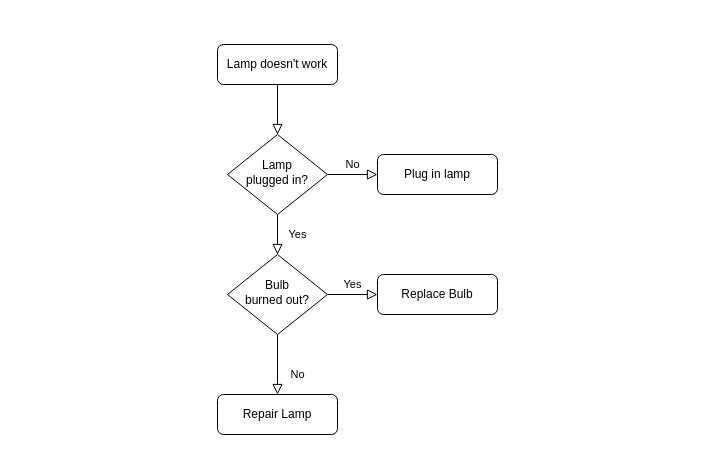
Before: SCHC program structure.drawio in MichaelLeighton/SCHC-assignment, a draw.io diagram. Source tidied: cells renumbered, new cells numbered last; positions are measured from the earlier drawing's top-left corner, leaving out a move shared by most shapes. Both pictures are drawn from the tidied source at 100%, with x=0, y=0 at pixel (217, 44).
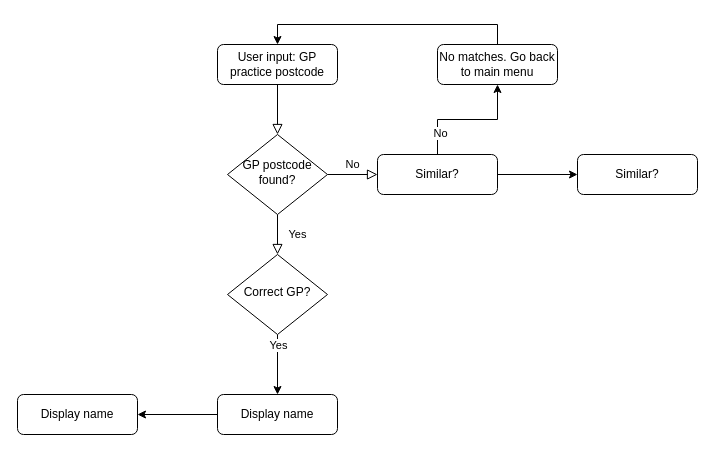
The same diagram, later.

The edit, as a diff of the source:
```diff
@@
-    <mxCell id="3" value="Lamp doesn't work" style="rounded=1;whiteSpace=wrap;html=1;fontSize=12;glass=0;strokeWidth=1;shadow=0;" parent="1" vertex="1">
+    <mxCell id="3" value="User input: GP practice postcode" style="rounded=1;whiteSpace=wrap;html=1;fontSize=12;glass=0;strokeWidth=1;shadow=0;" parent="1" vertex="1">
       <mxGeometry width="120" height="40" as="geometry" />
     </mxCell>
@@
     <mxCell id="5" value="No" style="edgeStyle=orthogonalEdgeStyle;rounded=0;html=1;jettySize=auto;fontSize=11;endArrow=block;endFill=0;endSize=8;strokeWidth=1;shadow=0;labelBackgroundColor=none;" parent="1" edge="1" source="6" target="7">
-      <mxGeometry y="10" relative="1" as="geometry" />
+      <mxGeometry x="-0.01" y="10" relative="1" as="geometry" />
     </mxCell>
-    <mxCell id="6" value="Lamp&lt;br&gt;plugged in?" style="rhombus;whiteSpace=wrap;html=1;shadow=0;fontFamily=Helvetica;fontSize=12;align=center;strokeWidth=1;spacing=6;spacingTop=-4;" parent="1" vertex="1">
+    <mxCell id="6" value="GP postcode found?" style="rhombus;whiteSpace=wrap;html=1;shadow=0;fontFamily=Helvetica;fontSize=12;align=center;strokeWidth=1;spacing=6;spacingTop=-4;" parent="1" vertex="1">
       <mxGeometry x="10" y="90" width="100" height="80" as="geometry" />
     </mxCell>
+    <mxCell id="13" style="edgeStyle=orthogonalEdgeStyle;rounded=0;jettySize=auto;html=1;" parent="1" edge="1" source="7" target="18">
+      <mxGeometry relative="1" as="geometry" />
+    </mxCell>
+    <mxCell id="8" value="No" style="edgeLabel;html=1;align=center;verticalAlign=middle;" parent="13" vertex="1">
+      <mxGeometry x="-0.66" y="-2" relative="1" as="geometry" />
+    </mxCell>
+    <mxCell id="14" style="edgeStyle=orthogonalEdgeStyle;rounded=0;jettySize=auto;html=1;" parent="1" edge="1" source="7" target="19">
+      <mxGeometry relative="1" as="geometry" />
+    </mxCell>
-    <mxCell id="7" value="Plug in lamp" style="rounded=1;whiteSpace=wrap;html=1;fontSize=12;glass=0;strokeWidth=1;shadow=0;" parent="1" vertex="1">
+    <mxCell id="7" value="Similar?" style="rounded=1;whiteSpace=wrap;html=1;fontSize=12;glass=0;strokeWidth=1;shadow=0;" parent="1" vertex="1">
       <mxGeometry x="160" y="110" width="120" height="40" as="geometry" />
     </mxCell>
-    <mxCell id="8" value="No" style="rounded=0;html=1;jettySize=auto;fontSize=11;endArrow=block;endFill=0;endSize=8;strokeWidth=1;shadow=0;labelBackgroundColor=none;edgeStyle=orthogonalEdgeStyle;" parent="1" edge="1" source="10" target="11">
-      <mxGeometry x="0.33" y="20" relative="1" as="geometry" />
-    </mxCell>
+    <mxCell id="15" style="edgeStyle=orthogonalEdgeStyle;rounded=0;jettySize=auto;html=1;exitX=0.5;exitY=1;exitDx=0;exitDy=0;entryX=0.5;entryY=0;entryDx=0;entryDy=0;" parent="1" edge="1" source="10" target="11">
+      <mxGeometry relative="1" as="geometry" />
+    </mxCell>
-    <mxCell id="9" value="Yes" style="edgeStyle=orthogonalEdgeStyle;rounded=0;html=1;jettySize=auto;fontSize=11;endArrow=block;endFill=0;endSize=8;strokeWidth=1;shadow=0;labelBackgroundColor=none;" parent="1" edge="1" source="10" target="12">
-      <mxGeometry y="10" relative="1" as="geometry" />
+    <mxCell id="9" value="Yes" style="edgeLabel;html=1;align=center;verticalAlign=middle;" parent="15" vertex="1">
+      <mxGeometry x="-0.25" y="1" relative="1" as="geometry">
+        <mxPoint x="-1" y="-13" as="offset" />
+      </mxGeometry>
     </mxCell>
-    <mxCell id="10" value="Bulb&lt;br&gt;burned out?" style="rhombus;whiteSpace=wrap;html=1;shadow=0;fontFamily=Helvetica;fontSize=12;align=center;strokeWidth=1;spacing=6;spacingTop=-4;" parent="1" vertex="1">
+    <mxCell id="10" value="Correct GP?" style="rhombus;whiteSpace=wrap;html=1;shadow=0;fontFamily=Helvetica;fontSize=12;align=center;strokeWidth=1;spacing=6;spacingTop=-4;" parent="1" vertex="1">
       <mxGeometry x="10" y="210" width="100" height="80" as="geometry" />
     </mxCell>
+    <mxCell id="16" style="edgeStyle=orthogonalEdgeStyle;rounded=0;jettySize=auto;html=1;" parent="1" edge="1" source="11" target="20">
+      <mxGeometry relative="1" as="geometry" />
+    </mxCell>
-    <mxCell id="11" value="Repair Lamp" style="rounded=1;whiteSpace=wrap;html=1;fontSize=12;glass=0;strokeWidth=1;shadow=0;" parent="1" vertex="1">
+    <mxCell id="11" value="Display name" style="rounded=1;whiteSpace=wrap;html=1;fontSize=12;glass=0;strokeWidth=1;shadow=0;" parent="1" vertex="1">
       <mxGeometry y="350" width="120" height="40" as="geometry" />
     </mxCell>
-    <mxCell id="12" value="Replace Bulb" style="rounded=1;whiteSpace=wrap;html=1;fontSize=12;glass=0;strokeWidth=1;shadow=0;" parent="1" vertex="1">
-      <mxGeometry x="160" y="230" width="120" height="40" as="geometry" />
-    </mxCell>
+    <mxCell id="17" style="edgeStyle=orthogonalEdgeStyle;rounded=0;jettySize=auto;html=1;exitX=0.5;exitY=0;exitDx=0;exitDy=0;entryX=0.5;entryY=0;entryDx=0;entryDy=0;" parent="1" edge="1" source="18" target="3">
+      <mxGeometry relative="1" as="geometry" />
+    </mxCell>
+    <mxCell id="18" value="No matches. Go back to main menu" style="rounded=1;whiteSpace=wrap;html=1;fontSize=12;glass=0;strokeWidth=1;shadow=0;" parent="1" vertex="1">
+      <mxGeometry x="220" width="120" height="40" as="geometry" />
+    </mxCell>
+    <mxCell id="19" value="Similar?" style="rounded=1;whiteSpace=wrap;html=1;fontSize=12;glass=0;strokeWidth=1;shadow=0;" parent="1" vertex="1">
+      <mxGeometry x="360" y="110" width="120" height="40" as="geometry" />
+    </mxCell>
+    <mxCell id="20" value="Display name" style="rounded=1;whiteSpace=wrap;html=1;fontSize=12;glass=0;strokeWidth=1;shadow=0;" parent="1" vertex="1">
+      <mxGeometry x="-200" y="350" width="120" height="40" as="geometry" />
+    </mxCell>
```
